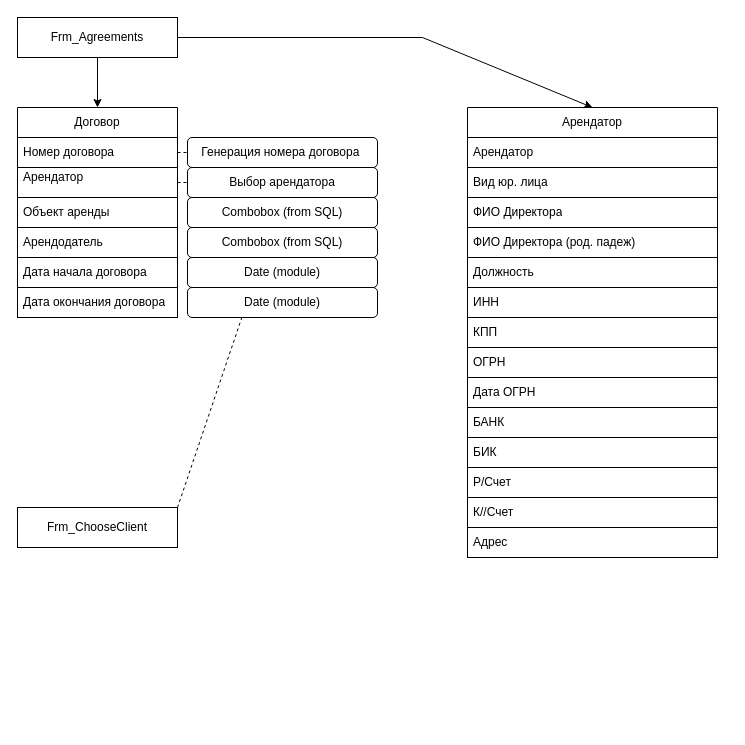
Before: Программа в EXCEL.drawio in dstalev-afk/Diagrams, a draw.io diagram. Source tidied: cells renumbered, new cells numbered last; positions are measured from the earlier drawing's top-left corner, leaving out a move shared by most shapes. Both pictures are drawn from the tidied source at 100%, with x=0, y=0 at pixel (17, 17).
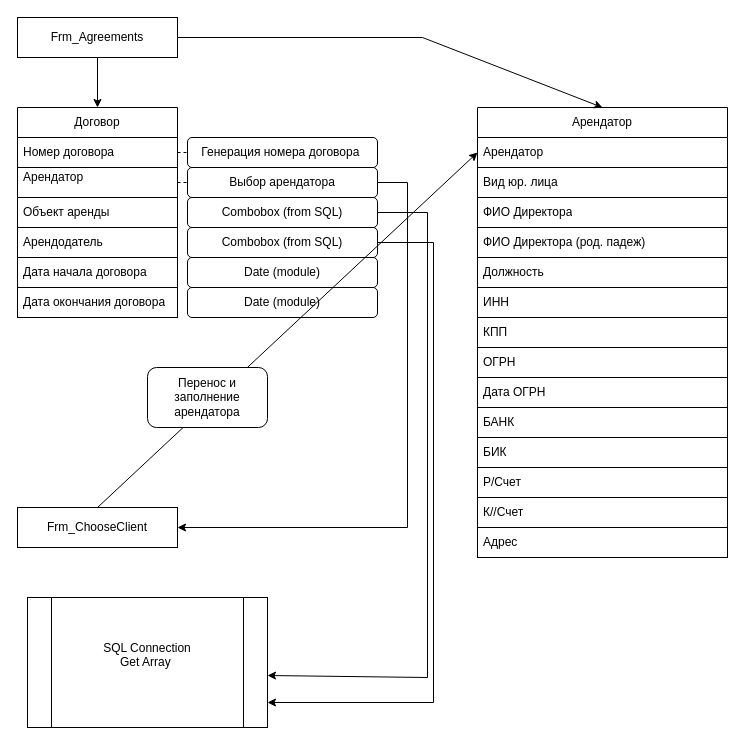
The same page after the edit.

The change refers to these unchanged cells:
```xml
<mxCell id="12" value="Арендатор" style="text;strokeColor=none;fillColor=none;align=left;verticalAlign=middle;spacingLeft=4;spacingRight=4;overflow=hidden;points=[[0,0.5],[1,0.5]];portConstraint=eastwest;whiteSpace=wrap;html=1;" parent="11" vertex="1">
  <mxGeometry y="30" width="250" height="30" as="geometry" />
</mxCell>
<mxCell id="29" value="Выбор арендатора" style="rounded=1;whiteSpace=wrap;html=1;" parent="1" vertex="1">
  <mxGeometry x="170" y="150" width="190" height="30" as="geometry" />
</mxCell>
<mxCell id="30" value="Frm_ChooseClient" style="rounded=0;whiteSpace=wrap;html=1;" parent="1" vertex="1">
  <mxGeometry y="490" width="160" height="40" as="geometry" />
</mxCell>
<mxCell id="33" value="Combobox (from SQL)" style="rounded=1;whiteSpace=wrap;html=1;" parent="1" vertex="1">
  <mxGeometry x="170" y="180" width="190" height="30" as="geometry" />
</mxCell>
<mxCell id="34" value="Combobox (from SQL)" style="rounded=1;whiteSpace=wrap;html=1;" parent="1" vertex="1">
  <mxGeometry x="170" y="210" width="190" height="30" as="geometry" />
</mxCell>
```

Diff of the diagram source:
```diff
@@
     <mxCell id="11" value="Арендатор" style="swimlane;fontStyle=0;horizontal=1;startSize=30;whiteSpace=wrap;html=1;" parent="1" vertex="1">
-      <mxGeometry x="450" y="90" width="250" height="450" as="geometry" />
+      <mxGeometry x="460" y="90" width="250" height="450" as="geometry" />
     </mxCell>
@@
-    <mxCell id="27" value="Генерация номера договора&amp;nbsp;" style="rounded=1;whiteSpace=wrap;html=1;" parent="1" vertex="1">
+    <mxCell id="27" value="Генерация номера договора&amp;nbsp;" style="rounded=1;whiteSpace=wrap;html=1;fillColor=light-dark(#FFFFFF,#66FF66);" parent="1" vertex="1">
       <mxGeometry x="170" y="120" width="190" height="30" as="geometry" />
     </mxCell>
@@
-    <mxCell id="31" style="endArrow=none;dashed=1;html=1;rounded=0;exitX=1;exitY=0;exitDx=0;exitDy=0;entryX=0.5;entryY=1;entryDx=0;entryDy=0;" parent="1" edge="1" source="30" target="29">
-      <mxGeometry relative="1" as="geometry" />
-    </mxCell>
@@
-    <mxCell id="35" value="Date (module)" style="rounded=1;whiteSpace=wrap;html=1;" parent="1" vertex="1">
+    <mxCell id="35" value="Date (module)" style="rounded=1;whiteSpace=wrap;html=1;fillColor=light-dark(#FFFFFF,#FF9933);" parent="1" vertex="1">
       <mxGeometry x="170" y="240" width="190" height="30" as="geometry" />
     </mxCell>
-    <mxCell id="36" value="Date (module)" style="rounded=1;whiteSpace=wrap;html=1;" parent="1" vertex="1">
+    <mxCell id="36" value="Date (module)" style="rounded=1;whiteSpace=wrap;html=1;fillColor=light-dark(#FFFFFF,#FF9933);" parent="1" vertex="1">
       <mxGeometry x="170" y="270" width="190" height="30" as="geometry" />
     </mxCell>
+    <mxCell id="37" style="endArrow=classic;html=1;rounded=0;exitX=1;exitY=0.5;exitDx=0;exitDy=0;entryX=1;entryY=0.5;entryDx=0;entryDy=0;" parent="1" edge="1" source="29" target="30">
+      <mxGeometry relative="1" as="geometry">
+        <Array as="points">
+          <mxPoint x="390" y="165" />
+          <mxPoint x="390" y="510" />
+        </Array>
+      </mxGeometry>
+    </mxCell>
+    <mxCell id="38" value="SQL Connection&lt;div&gt;Get Array&amp;nbsp;&lt;/div&gt;&lt;div&gt;&lt;br&gt;&lt;/div&gt;" style="shape=process;whiteSpace=wrap;html=1;backgroundOutline=1;" parent="1" vertex="1">
+      <mxGeometry x="10" y="580" width="240" height="130" as="geometry" />
+    </mxCell>
+    <mxCell id="39" style="endArrow=classic;html=1;rounded=0;exitX=1;exitY=0.5;exitDx=0;exitDy=0;" parent="1" edge="1" source="33">
+      <mxGeometry relative="1" as="geometry">
+        <mxPoint x="250" y="658" as="targetPoint" />
+        <Array as="points">
+          <mxPoint x="410" y="195" />
+          <mxPoint x="410" y="660" />
+        </Array>
+      </mxGeometry>
+    </mxCell>
+    <mxCell id="40" style="endArrow=classic;html=1;rounded=0;exitX=1;exitY=0.5;exitDx=0;exitDy=0;" parent="1" edge="1" source="34">
+      <mxGeometry relative="1" as="geometry">
+        <mxPoint x="250" y="685" as="targetPoint" />
+        <Array as="points">
+          <mxPoint x="416" y="225" />
+          <mxPoint x="416" y="685" />
+        </Array>
+      </mxGeometry>
+    </mxCell>
+    <mxCell id="41" style="endArrow=classic;html=1;rounded=0;exitX=0.5;exitY=0;exitDx=0;exitDy=0;entryX=0;entryY=0.5;entryDx=0;entryDy=0;" parent="1" edge="1" source="30" target="12">
+      <mxGeometry relative="1" as="geometry" />
+    </mxCell>
+    <mxCell id="42" value="Перенос и заполнение арендатора" style="rounded=1;whiteSpace=wrap;html=1;" parent="1" vertex="1">
+      <mxGeometry x="130" y="350" width="120" height="60" as="geometry" />
+    </mxCell>
```
